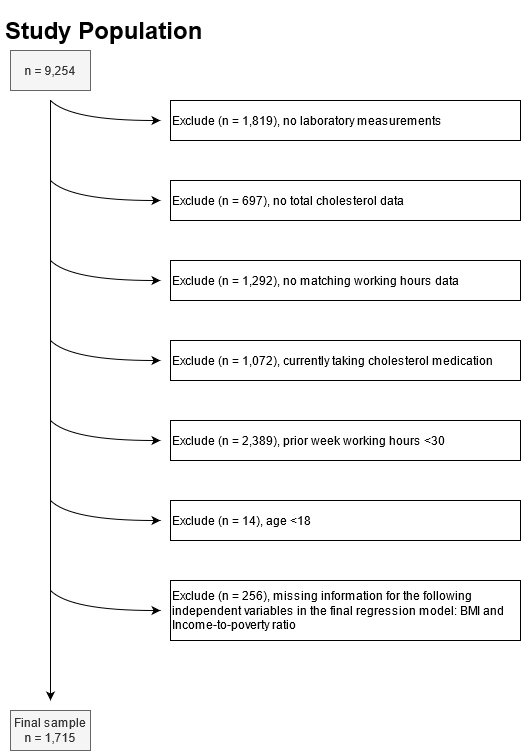
The draw.io diagram doc/drafts/flowchart.png in hicks017/MPH-Manuscript, before a commit. Source tidied: cells renumbered, new cells last; positions are measured from the earlier drawing's top-left corner, leaving out a move shared by most shapes. Source of this version:
```xml
<mxGraphModel background="#ffffff">
  <root>
    <mxCell id="0" />
    <mxCell id="1" parent="0" />
    <mxCell id="2" value="&lt;h1&gt;Study Population&lt;br&gt;&lt;/h1&gt;" style="text;html=1;strokeColor=none;fillColor=none;spacing=5;spacingTop=-20;whiteSpace=wrap;overflow=hidden;rounded=0;" parent="1" vertex="1">
      <mxGeometry width="240" height="40" as="geometry" />
    </mxCell>
    <mxCell id="3" value="n = 9,254" style="text;html=1;align=center;verticalAlign=middle;whiteSpace=wrap;rounded=0;fillColor=#f5f5f5;strokeColor=#666666;fontColor=#333333;" parent="1" vertex="1">
      <mxGeometry x="10" y="40" width="80" height="40" as="geometry" />
    </mxCell>
    <mxCell id="4" style="endArrow=classic;html=1;rounded=0;" parent="1" edge="1">
      <mxGeometry relative="1" as="geometry">
        <mxPoint x="50" y="90" as="sourcePoint" />
        <mxPoint x="50" y="690" as="targetPoint" />
      </mxGeometry>
    </mxCell>
    <mxCell id="5" value="Exclude (n = 697), no total cholesterol data" style="text;html=1;align=left;verticalAlign=middle;whiteSpace=wrap;rounded=0;strokeColor=default;" parent="1" vertex="1">
      <mxGeometry x="170" y="170" width="350" height="40" as="geometry" />
    </mxCell>
    <mxCell id="6" value="Exclude (n = 1,292), no matching working hours data" style="text;html=1;strokeColor=default;fillColor=none;align=left;verticalAlign=middle;whiteSpace=wrap;rounded=0;" parent="1" vertex="1">
      <mxGeometry x="170" y="250" width="350" height="40" as="geometry" />
    </mxCell>
    <mxCell id="7" value="Exclude (n = 2,389), prior week working hours &amp;lt;30" style="text;html=1;strokeColor=default;fillColor=none;align=left;verticalAlign=middle;whiteSpace=wrap;rounded=0;" parent="1" vertex="1">
      <mxGeometry x="170" y="410" width="350" height="40" as="geometry" />
    </mxCell>
    <mxCell id="8" value="&lt;div&gt;Final sample&lt;/div&gt;&lt;div&gt;n = 1,715&lt;br&gt;&lt;/div&gt;" style="text;html=1;strokeColor=#666666;fillColor=#f5f5f5;align=center;verticalAlign=middle;whiteSpace=wrap;rounded=0;fontColor=#333333;" parent="1" vertex="1">
      <mxGeometry x="10" y="700" width="80" height="40" as="geometry" />
    </mxCell>
    <mxCell id="9" style="curved=1;endArrow=classic;html=1;rounded=0;" parent="1" edge="1">
      <mxGeometry relative="1" as="geometry">
        <mxPoint x="50" y="170" as="sourcePoint" />
        <mxPoint x="160" y="190" as="targetPoint" />
        <Array as="points">
          <mxPoint x="70" y="190" />
        </Array>
      </mxGeometry>
    </mxCell>
    <mxCell id="10" style="curved=1;endArrow=classic;html=1;rounded=0;" parent="1" edge="1">
      <mxGeometry relative="1" as="geometry">
        <mxPoint x="50" y="330" as="sourcePoint" />
        <mxPoint x="160" y="350" as="targetPoint" />
        <Array as="points">
          <mxPoint x="70" y="350" />
        </Array>
      </mxGeometry>
    </mxCell>
    <mxCell id="11" style="curved=1;endArrow=classic;html=1;rounded=0;" parent="1" edge="1">
      <mxGeometry relative="1" as="geometry">
        <mxPoint x="50" y="410" as="sourcePoint" />
        <mxPoint x="160" y="430" as="targetPoint" />
        <Array as="points">
          <mxPoint x="70" y="430" />
        </Array>
      </mxGeometry>
    </mxCell>
    <mxCell id="12" style="curved=1;endArrow=classic;html=1;rounded=0;" parent="1" edge="1">
      <mxGeometry relative="1" as="geometry">
        <mxPoint x="50" y="90" as="sourcePoint" />
        <mxPoint x="160" y="110" as="targetPoint" />
        <Array as="points">
          <mxPoint x="70" y="110" />
        </Array>
      </mxGeometry>
    </mxCell>
    <mxCell id="13" value="&lt;div&gt;Exclude (n = 1,819), no laboratory measurements&lt;br&gt;&lt;/div&gt;" style="text;html=1;strokeColor=default;fillColor=none;align=left;verticalAlign=middle;whiteSpace=wrap;rounded=0;" parent="1" vertex="1">
      <mxGeometry x="170" y="90" width="350" height="40" as="geometry" />
    </mxCell>
    <mxCell id="14" value="Exclude (n = 1,072), currently taking cholesterol medication" style="text;html=1;align=left;verticalAlign=middle;whiteSpace=wrap;rounded=0;strokeColor=default;" parent="1" vertex="1">
      <mxGeometry x="170" y="330" width="350" height="40" as="geometry" />
    </mxCell>
    <mxCell id="15" style="curved=1;endArrow=classic;html=1;rounded=0;" parent="1" edge="1">
      <mxGeometry relative="1" as="geometry">
        <mxPoint x="50" y="250" as="sourcePoint" />
        <mxPoint x="160" y="270" as="targetPoint" />
        <Array as="points">
          <mxPoint x="70" y="270" />
        </Array>
      </mxGeometry>
    </mxCell>
    <mxCell id="16" value="&lt;div&gt;Exclude (n = 14), age &amp;lt;18&lt;br&gt;&lt;/div&gt;" style="text;html=1;strokeColor=default;fillColor=none;align=left;verticalAlign=middle;whiteSpace=wrap;rounded=0;" parent="1" vertex="1">
      <mxGeometry x="170" y="490" width="350" height="40" as="geometry" />
    </mxCell>
    <mxCell id="17" style="curved=1;endArrow=classic;html=1;rounded=0;" parent="1" edge="1">
      <mxGeometry relative="1" as="geometry">
        <mxPoint x="50" y="490" as="sourcePoint" />
        <mxPoint x="160" y="510" as="targetPoint" />
        <Array as="points">
          <mxPoint x="70" y="510" />
        </Array>
      </mxGeometry>
    </mxCell>
    <mxCell id="18" style="curved=1;endArrow=classic;html=1;rounded=0;" parent="1" edge="1">
      <mxGeometry relative="1" as="geometry">
        <mxPoint x="50" y="580" as="sourcePoint" />
        <mxPoint x="160" y="600" as="targetPoint" />
        <Array as="points">
          <mxPoint x="70" y="600" />
        </Array>
      </mxGeometry>
    </mxCell>
    <mxCell id="19" value="&lt;div&gt;Exclude (n = 256), missing information for the following independent variables in the final regression model: BMI and Income-to-poverty ratio&lt;br&gt;&lt;/div&gt;" style="text;html=1;strokeColor=default;fillColor=none;align=left;verticalAlign=middle;whiteSpace=wrap;rounded=0;" parent="1" vertex="1">
      <mxGeometry x="170" y="570" width="350" height="60" as="geometry" />
    </mxCell>
  </root>
</mxGraphModel>
```
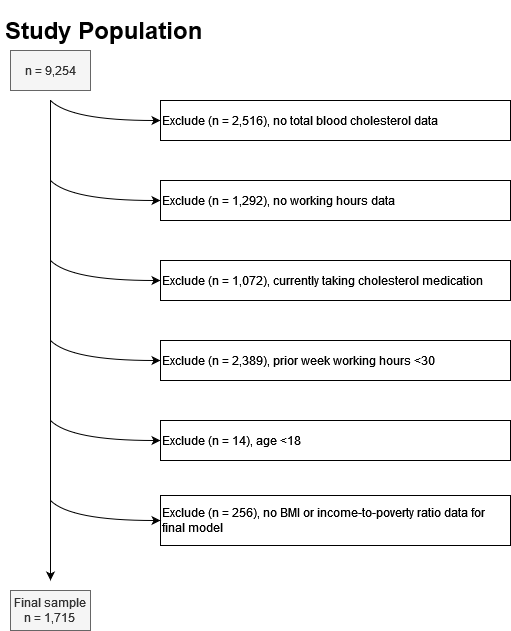
The same file after the commit.

The edit, as a diff of the source:
```diff
@@ -11,20 +11,17 @@
     <mxCell id="4" style="endArrow=classic;html=1;rounded=0;" parent="1" edge="1">
       <mxGeometry relative="1" as="geometry">
         <mxPoint x="50" y="90" as="sourcePoint" />
-        <mxPoint x="50" y="690" as="targetPoint" />
+        <mxPoint x="50" y="570" as="targetPoint" />
       </mxGeometry>
     </mxCell>
-    <mxCell id="5" value="Exclude (n = 697), no total cholesterol data" style="text;html=1;align=left;verticalAlign=middle;whiteSpace=wrap;rounded=0;strokeColor=default;" parent="1" vertex="1">
-      <mxGeometry x="170" y="170" width="350" height="40" as="geometry" />
-    </mxCell>
-    <mxCell id="6" value="Exclude (n = 1,292), no matching working hours data" style="text;html=1;strokeColor=default;fillColor=none;align=left;verticalAlign=middle;whiteSpace=wrap;rounded=0;" parent="1" vertex="1">
-      <mxGeometry x="170" y="250" width="350" height="40" as="geometry" />
+    <mxCell id="6" value="Exclude (n = 1,292), no working hours data" style="text;html=1;strokeColor=default;fillColor=none;align=left;verticalAlign=middle;whiteSpace=wrap;rounded=0;" parent="1" vertex="1">
+      <mxGeometry x="160" y="170" width="350" height="40" as="geometry" />
     </mxCell>
     <mxCell id="7" value="Exclude (n = 2,389), prior week working hours &amp;lt;30" style="text;html=1;strokeColor=default;fillColor=none;align=left;verticalAlign=middle;whiteSpace=wrap;rounded=0;" parent="1" vertex="1">
-      <mxGeometry x="170" y="410" width="350" height="40" as="geometry" />
+      <mxGeometry x="160" y="330" width="350" height="40" as="geometry" />
     </mxCell>
     <mxCell id="8" value="&lt;div&gt;Final sample&lt;/div&gt;&lt;div&gt;n = 1,715&lt;br&gt;&lt;/div&gt;" style="text;html=1;strokeColor=#666666;fillColor=#f5f5f5;align=center;verticalAlign=middle;whiteSpace=wrap;rounded=0;fontColor=#333333;" parent="1" vertex="1">
-      <mxGeometry x="10" y="700" width="80" height="40" as="geometry" />
+      <mxGeometry x="10" y="580" width="80" height="40" as="geometry" />
     </mxCell>
     <mxCell id="9" style="curved=1;endArrow=classic;html=1;rounded=0;" parent="1" edge="1">
       <mxGeometry relative="1" as="geometry">
@@ -62,11 +59,11 @@
         </Array>
       </mxGeometry>
     </mxCell>
-    <mxCell id="13" value="&lt;div&gt;Exclude (n = 1,819), no laboratory measurements&lt;br&gt;&lt;/div&gt;" style="text;html=1;strokeColor=default;fillColor=none;align=left;verticalAlign=middle;whiteSpace=wrap;rounded=0;" parent="1" vertex="1">
-      <mxGeometry x="170" y="90" width="350" height="40" as="geometry" />
+    <mxCell id="13" value="&lt;div&gt;Exclude (n = 2,516), no total blood cholesterol data&lt;br&gt;&lt;/div&gt;" style="text;html=1;strokeColor=default;fillColor=none;align=left;verticalAlign=middle;whiteSpace=wrap;rounded=0;" parent="1" vertex="1">
+      <mxGeometry x="160" y="90" width="350" height="40" as="geometry" />
     </mxCell>
     <mxCell id="14" value="Exclude (n = 1,072), currently taking cholesterol medication" style="text;html=1;align=left;verticalAlign=middle;whiteSpace=wrap;rounded=0;strokeColor=default;" parent="1" vertex="1">
-      <mxGeometry x="170" y="330" width="350" height="40" as="geometry" />
+      <mxGeometry x="160" y="250" width="350" height="40" as="geometry" />
     </mxCell>
     <mxCell id="15" style="curved=1;endArrow=classic;html=1;rounded=0;" parent="1" edge="1">
       <mxGeometry relative="1" as="geometry">
@@ -78,7 +75,7 @@
       </mxGeometry>
     </mxCell>
     <mxCell id="16" value="&lt;div&gt;Exclude (n = 14), age &amp;lt;18&lt;br&gt;&lt;/div&gt;" style="text;html=1;strokeColor=default;fillColor=none;align=left;verticalAlign=middle;whiteSpace=wrap;rounded=0;" parent="1" vertex="1">
-      <mxGeometry x="170" y="490" width="350" height="40" as="geometry" />
+      <mxGeometry x="160" y="410" width="350" height="40" as="geometry" />
     </mxCell>
     <mxCell id="17" style="curved=1;endArrow=classic;html=1;rounded=0;" parent="1" edge="1">
       <mxGeometry relative="1" as="geometry">
@@ -89,17 +86,8 @@
         </Array>
       </mxGeometry>
     </mxCell>
-    <mxCell id="18" style="curved=1;endArrow=classic;html=1;rounded=0;" parent="1" edge="1">
-      <mxGeometry relative="1" as="geometry">
-        <mxPoint x="50" y="580" as="sourcePoint" />
-        <mxPoint x="160" y="600" as="targetPoint" />
-        <Array as="points">
-          <mxPoint x="70" y="600" />
-        </Array>
-      </mxGeometry>
-    </mxCell>
-    <mxCell id="19" value="&lt;div&gt;Exclude (n = 256), missing information for the following independent variables in the final regression model: BMI and Income-to-poverty ratio&lt;br&gt;&lt;/div&gt;" style="text;html=1;strokeColor=default;fillColor=none;align=left;verticalAlign=middle;whiteSpace=wrap;rounded=0;" parent="1" vertex="1">
-      <mxGeometry x="170" y="570" width="350" height="60" as="geometry" />
+    <mxCell id="19" value="&lt;div&gt;Exclude (n = 256), no BMI or income-to-poverty ratio data for final model&lt;br&gt;&lt;/div&gt;" style="text;html=1;strokeColor=default;fillColor=none;align=left;verticalAlign=middle;whiteSpace=wrap;rounded=0;" parent="1" vertex="1">
+      <mxGeometry x="160" y="485" width="350" height="50" as="geometry" />
     </mxCell>
   </root>
 </mxGraphModel>
```
